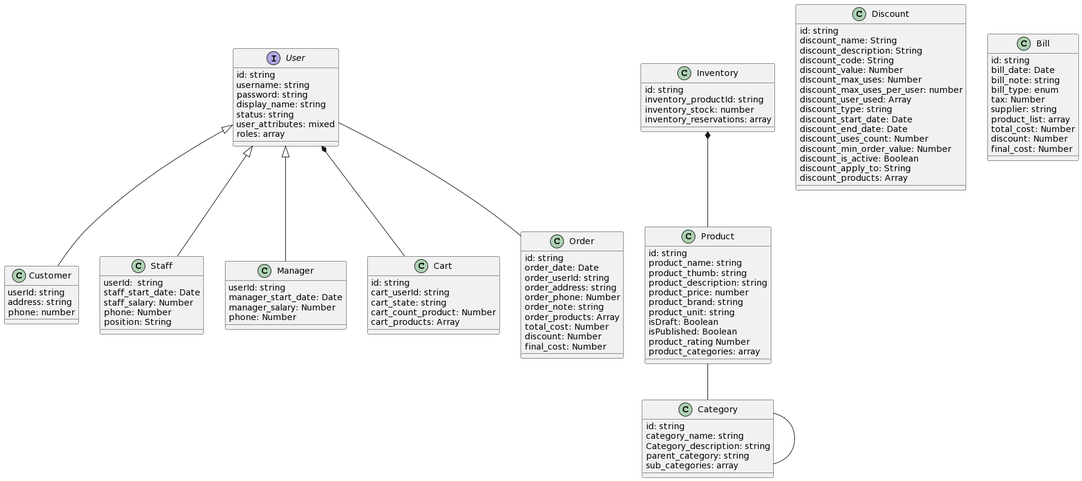
khang1010/SE357-Pratice-class keeps this PlantUML diagram as Lab 1.2/Class diagram/class.png. Above is the earlier version.
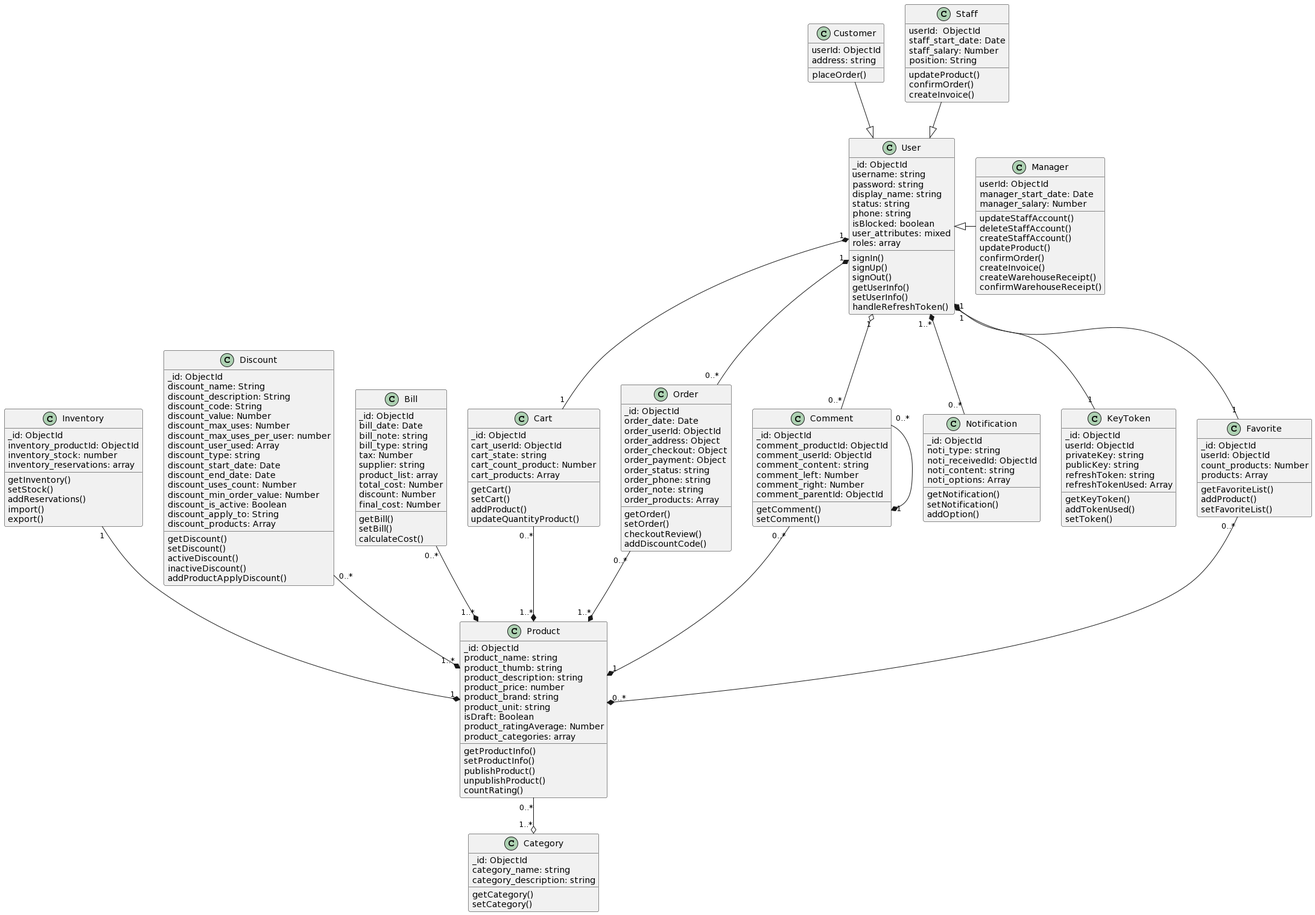
Later version of the same file.

Commit message:
update class diagram

Change to the diagram source:
```diff
@@ -1,36 +1,53 @@
 @startuml
-interface User{
-        id: string
+class User{
+        _id: ObjectId
         username: string
         password: string
         display_name: string
         status: string
+        phone: string
+        isBlocked: boolean
         user_attributes: mixed
         roles: array
+        signIn()
+        signUp()
+        signOut()
+        getUserInfo()
+        setUserInfo()
+	handleRefreshToken()
     }
 
     class Customer {
-        userId: string
+        userId: ObjectId
         address: string
-        phone: number
+	placeOrder()
     }
 
     class Staff {
-        userId:  string
+        userId:  ObjectId
         staff_start_date: Date
         staff_salary: Number
-        phone: Number
         position: String
+	updateProduct()
+	confirmOrder()
+	createInvoice()
     }
 
     class Manager {
-        userId: string
+        userId: ObjectId
         manager_start_date: Date
         manager_salary: Number
-        phone: Number
+        updateStaffAccount()
+	deleteStaffAccount()
+	createStaffAccount()
+	updateProduct()
+	confirmOrder()
+	createInvoice()
+	createWarehouseReceipt()
+	confirmWarehouseReceipt()
     }
     class Product {
-        id: string
+        _id: ObjectId
         product_name: string
         product_thumb: string
         product_description: string
@@ -38,30 +55,39 @@
         product_brand: string
         product_unit: string
         isDraft: Boolean
-        isPublished: Boolean
-        product_rating Number
+        product_ratingAverage: Number
         product_categories: array
+	getProductInfo()
+	setProductInfo()
+	publishProduct()
+	unpublishProduct()
+	countRating()
     }
 
     class Category {
-        id: string
+        _id: ObjectId
         category_name: string
-        Category_description: string
-        parent_category: string
-        sub_categories: array
+        category_description: string
+	getCategory()
+	setCategory()
     }
 
     class Inventory {
-        id: string
-        inventory_productId: string
+        _id: ObjectId
+        inventory_productId: ObjectId
         inventory_stock: number
         inventory_reservations: array
+	getInventory()
+	setStock()
+	addReservations()
+	import()
+	export()
     }
 
 
 
     class Discount {
-        id: string
+        _id: ObjectId
         discount_name: String
         discount_description: String
         discount_code: String
@@ -77,51 +103,119 @@
         discount_is_active: Boolean
         discount_apply_to: String
         discount_products: Array
+	getDiscount()
+	setDiscount()
+	activeDiscount()
+	inactiveDiscount()
+	addProductApplyDiscount()
     }
 
     class Cart {
-        id: string
-        cart_userId: string
+        _id: ObjectId
+        cart_userId: ObjectId
         cart_state: string
         cart_count_product: Number
         cart_products: Array
+	getCart()
+	setCart()
+	addProduct()
+	updateQuantityProduct()
     }
 
 
     class Bill {
-        id: string
+        _id: ObjectId
         bill_date: Date
         bill_note: string
-        bill_type: enum
+        bill_type: string
         tax: Number
         supplier: string
         product_list: array
         total_cost: Number
         discount: Number
         final_cost: Number
+	getBill()
+	setBill()
+	calculateCost()
     }
 
     class Order {
-        id: string
+        _id: ObjectId
         order_date: Date
-        order_userId: string
-        order_address: string
-        order_phone: Number
+        order_userId: ObjectId
+        order_address: Object
+	order_checkout: Object
+	order_payment: Object
+	order_status: string
+        order_phone: string
         order_note: string
         order_products: Array
-        total_cost: Number
-        discount: Number
-        final_cost: Number
+	getOrder()
+	setOrder()
+	checkoutReview()
+	addDiscountCode()
+    }
+    class Comment {
+        _id: ObjectId
+        comment_productId: ObjectId
+	comment_userId: ObjectId
+	comment_content: string
+	comment_left: Number
+	comment_right: Number
+	comment_parentId: ObjectId
+	getComment()
+	setComment()
+    }
+    class Notification {
+        _id: ObjectId
+        noti_type: string
+	noti_receivedId: ObjectId
+	noti_content: string
+	noti_options: Array
+	getNotification()
+	setNotification()
+	addOption()
+    }
+    class KeyToken {
+        _id: ObjectId
+        userId: ObjectId
+	privateKey: string
+	publicKey: string
+	refreshToken: string
+	refreshTokenUsed: Array
+	getKeyToken()
+	addTokenUsed()
+	setToken()
+    }
+    class Favorite {
+        _id: ObjectId
+        userId: ObjectId
+	count_products: Number
+	products: Array
+	getFavoriteList()
+	addProduct()
+	setFavoriteList()
     }
 
-    User <|-- Customer
-    User <|-- Staff
-    User <|-- Manager
-    User *-- Cart
-    User -- Order
+    	Customer --|> User
+    	Staff --|> User
+    	User <|- Manager
 
-    Inventory *-- Product
+    	User "1" *-- "1" Cart
+    	User "1" *-- "0..*" Order
+	User "1" *-- "1" KeyToken
+	User "1..*" *-- "0..*" Notification
+	User "1" *-- "1" Favorite
+	User "1" o-- "0..*" Comment
 
-    Product -- Category
-    Category -- Category
+    	Inventory "1" --* "1" Product
+	Favorite "0..*" --* "0..*" Product
+	Cart "0..*" --* "1..*" Product
+	Order "0..*" --* "1..*" Product
+	Discount "0..*" --* "1..*" Product
+	Bill "0..*" --* "1..*" Product
+	Comment "0..*" --* "1" Product
+	Product "0..*" --o "1..*" Category
+
+    	Comment "0..*" --* "1" Comment
 @enduml
```
